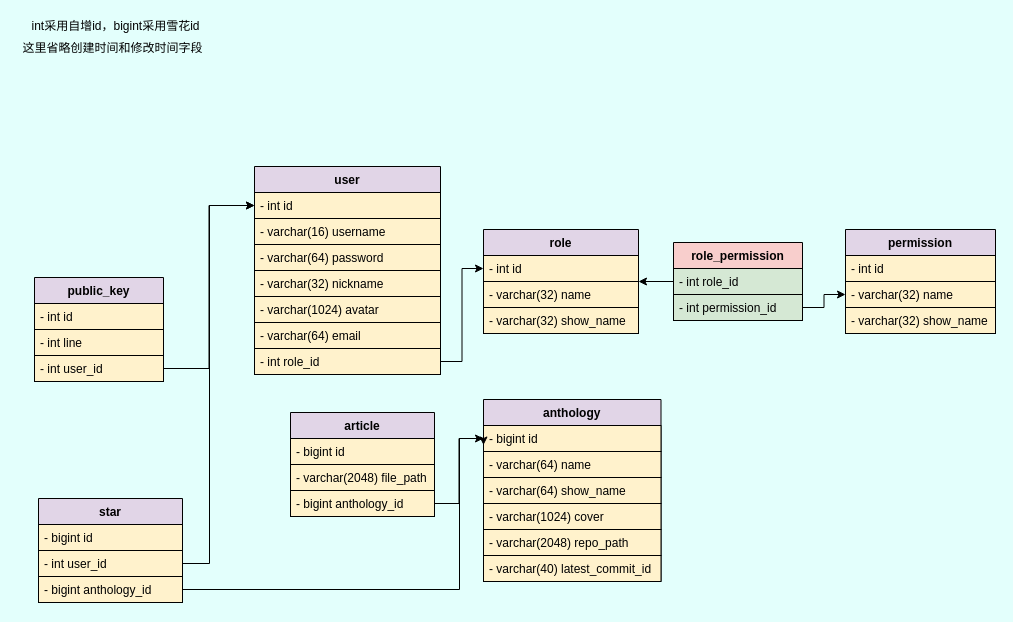
Earlier version of the draw.io diagram page "数据库" (2 of 3) of server-springboot/后端类图.dio (swsk33/git-document). Source tidied: cells renumbered, new cells numbered last; positions are measured from the earlier drawing's top-left corner, leaving out a move shared by most shapes. Both pictures are drawn from the tidied source at 100%, with x=0, y=0 at pixel (17, 17).
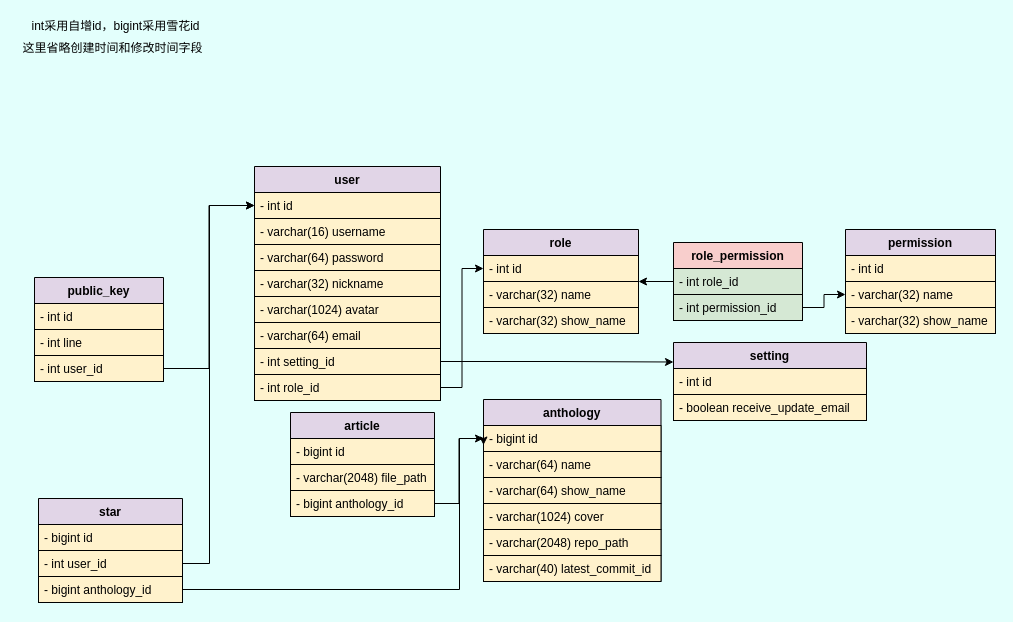
The same diagram, later.

Change to the diagram source:
```diff
@@
     <mxCell id="2" value="user" style="swimlane;fontStyle=1;align=center;verticalAlign=top;horizontal=1;startSize=26;fillColor=#e1d5e7;strokeColor=#000000;fontColor=#000000;" parent="1" vertex="1">
-      <mxGeometry x="237" y="149" width="186" height="208" as="geometry" />
+      <mxGeometry x="237" y="149" width="186" height="234" as="geometry" />
     </mxCell>
@@
+    <mxCell id="49" value="- int setting_id" style="text;strokeColor=#000000;fillColor=#fff2cc;align=left;verticalAlign=top;spacingLeft=4;spacingRight=4;overflow=hidden;points=[[0,0.5],[1,0.5]];portConstraint=eastwest;fontColor=#000000;" parent="2" vertex="1">
+      <mxGeometry y="182" width="186" height="26" as="geometry" />
+    </mxCell>
     <mxCell id="9" value="- int role_id" style="text;strokeColor=#000000;fillColor=#fff2cc;align=left;verticalAlign=top;spacingLeft=4;spacingRight=4;overflow=hidden;points=[[0,0.5],[1,0.5]];portConstraint=eastwest;fontColor=#000000;" parent="2" vertex="1">
-      <mxGeometry y="182" width="186" height="26" as="geometry" />
+      <mxGeometry y="208" width="186" height="26" as="geometry" />
     </mxCell>
@@
+    <mxCell id="50" value="setting" style="swimlane;fontStyle=1;align=center;verticalAlign=top;horizontal=1;startSize=26;fillColor=#e1d5e7;strokeColor=#000000;fontColor=#000000;" parent="1" vertex="1">
+      <mxGeometry x="656" y="325" width="193" height="78" as="geometry" />
+    </mxCell>
+    <mxCell id="51" value="- int id" style="text;strokeColor=#000000;fillColor=#fff2cc;align=left;verticalAlign=top;spacingLeft=4;spacingRight=4;overflow=hidden;fontColor=#000000;" parent="50" vertex="1">
+      <mxGeometry y="26" width="193" height="26" as="geometry" />
+    </mxCell>
+    <mxCell id="52" value="- boolean receive_update_email" style="text;strokeColor=#000000;fillColor=#fff2cc;align=left;verticalAlign=top;spacingLeft=4;spacingRight=4;overflow=hidden;fontColor=#000000;" parent="50" vertex="1">
+      <mxGeometry y="52" width="193" height="26" as="geometry" />
+    </mxCell>
+    <mxCell id="53" style="edgeStyle=orthogonalEdgeStyle;rounded=0;jettySize=auto;html=1;exitX=1;exitY=0.5;exitDx=0;exitDy=0;entryX=0;entryY=0.25;entryDx=0;entryDy=0;strokeColor=#000000;" parent="1" edge="1" source="49" target="50">
+      <mxGeometry relative="1" as="geometry" />
+    </mxCell>
```
